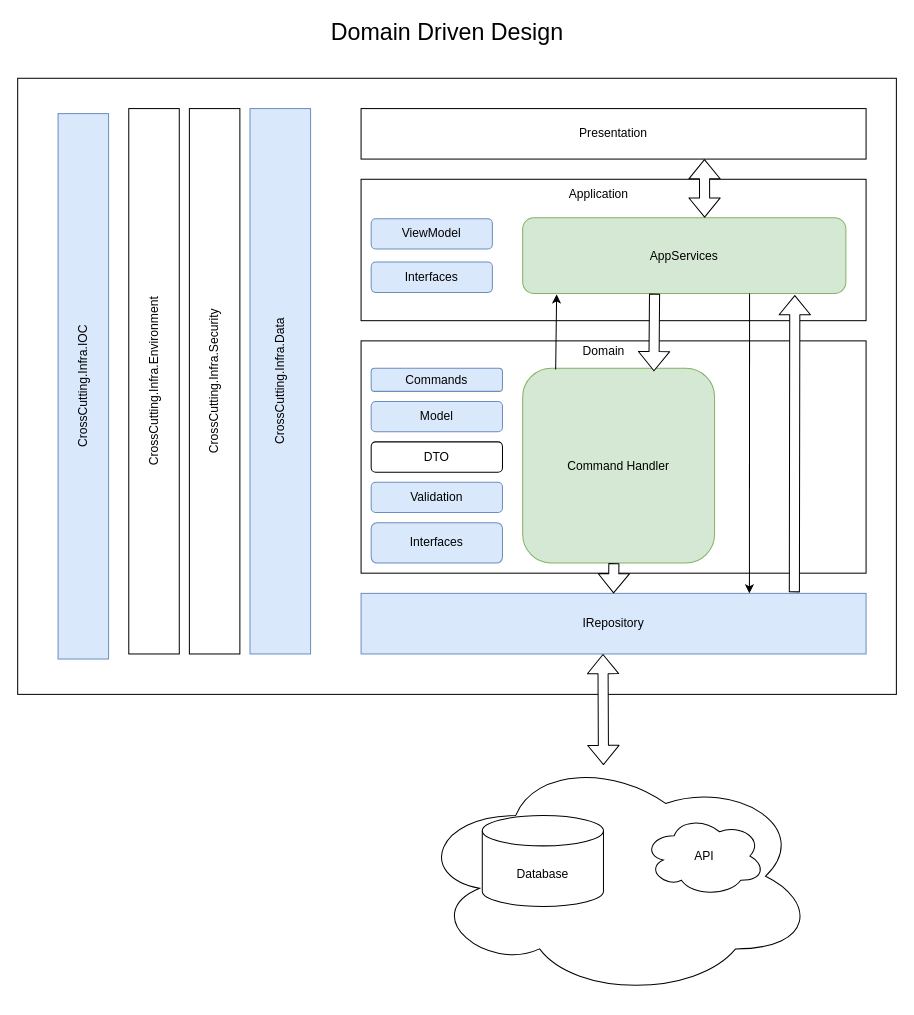
The draw.io diagram page "DDD" (6 of 9) of docs/Documentation.drawio in jairodemelo/APITest, before the edit. Source tidied: cells renumbered, new cells numbered last; positions are measured from the earlier drawing's top-left corner, leaving out a move shared by most shapes. Both pictures are drawn from the tidied source at 101%, with x=0, y=0 at pixel (17, 17).
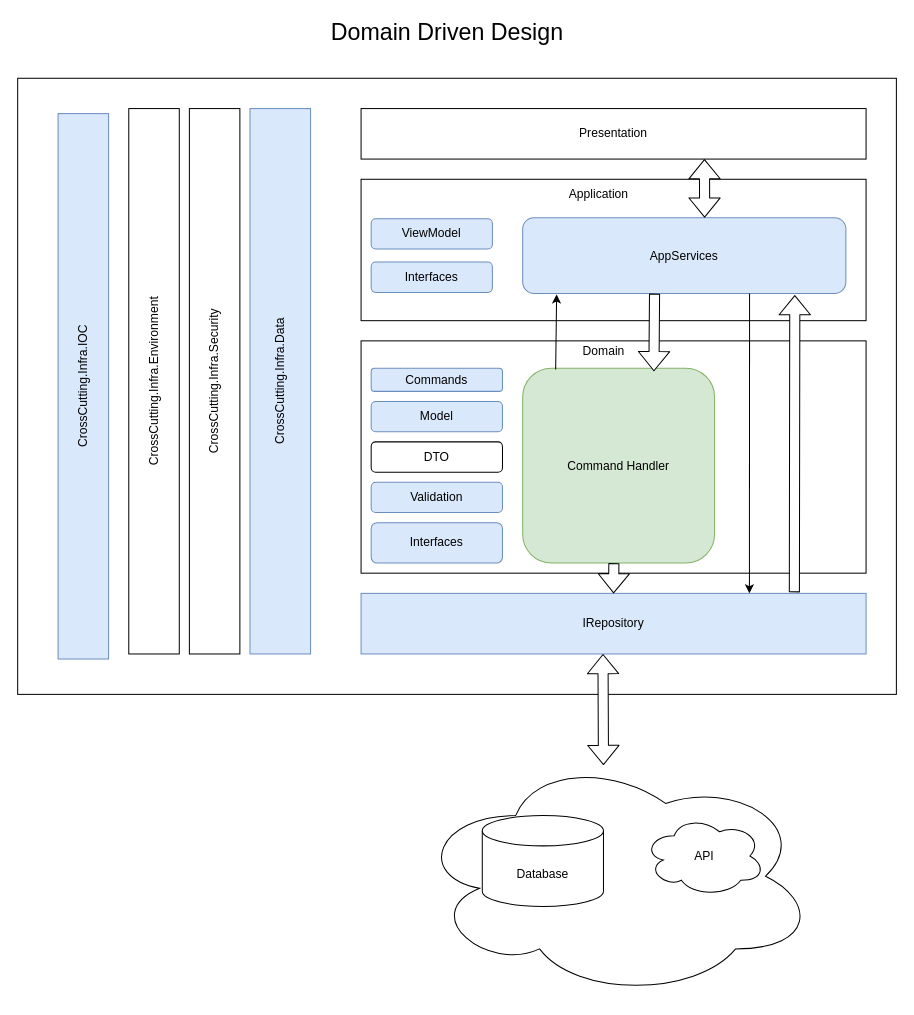
After the change.

What changed in the source:
```diff
@@
-    <mxCell id="9" value="AppServices" style="rounded=1;whiteSpace=wrap;html=1;fontSize=12;fillColor=#d5e8d4;strokeColor=#82b366;" parent="1" vertex="1">
+    <mxCell id="9" value="AppServices" style="rounded=1;whiteSpace=wrap;html=1;fontSize=12;fillColor=#dae8fc;strokeColor=#6c8ebf;" parent="1" vertex="1">
       <mxGeometry x="500" y="198" width="320" height="75" as="geometry" />
     </mxCell>
```
